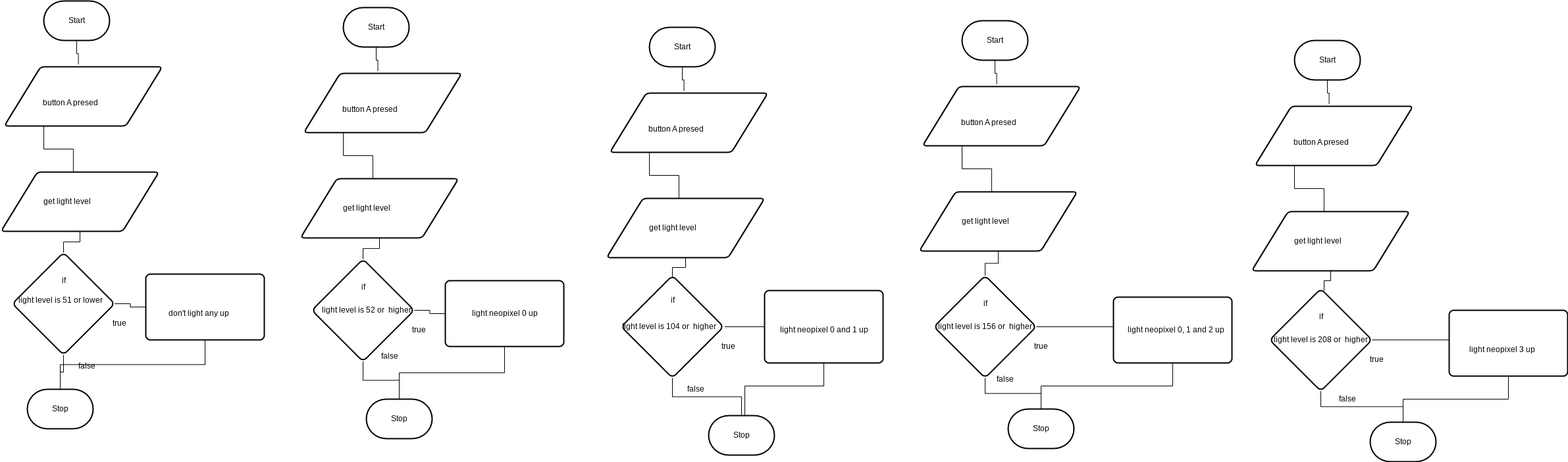
The draw.io diagram design/flowchart.png in MTHS-TEJ2O-1-2024/TEJ2O-Unit-2-10B-Elliott-Roach, before a commit. Source tidied: cells renumbered, new cells last; positions are measured from the earlier drawing's top-left corner, leaving out a move shared by most shapes.
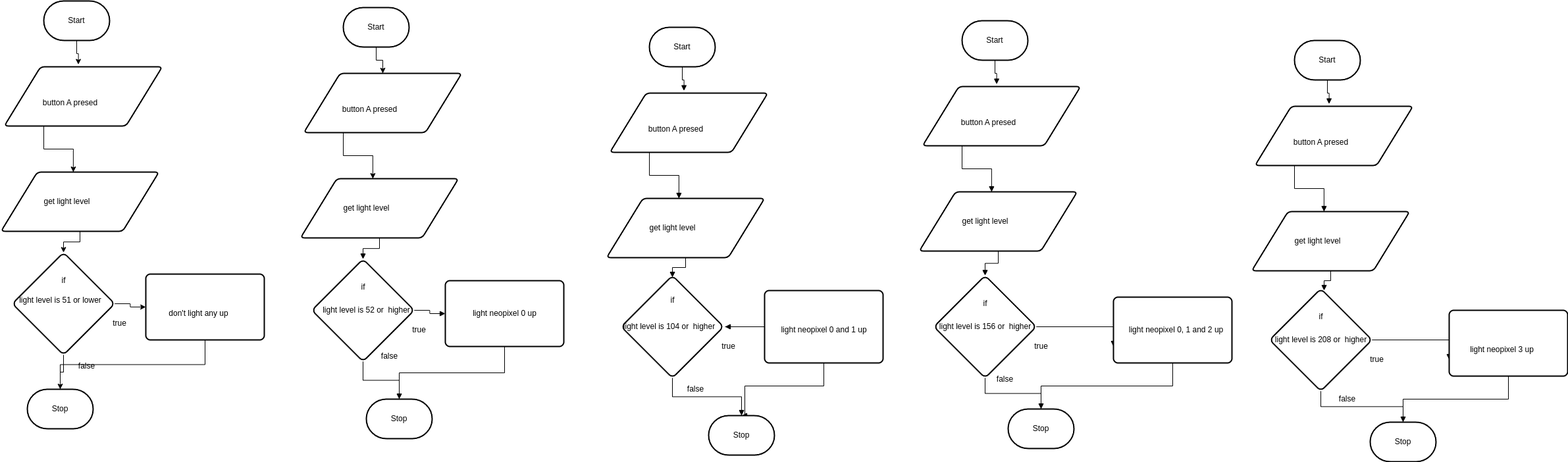
Above is the later version.

Commit message:
fix flochar arrows

Change to the diagram source:
```diff
@@ -10,3 +10,3 @@
     </mxCell>
-    <mxCell id="4" style="edgeStyle=orthogonalEdgeStyle;rounded=0;html=1;exitX=0.5;exitY=1;exitDx=0;exitDy=0;exitPerimeter=0;entryX=0.469;entryY=-0.039;entryDx=0;entryDy=0;entryPerimeter=0;endArrow=none;endFill=0;" parent="1" edge="1" source="5" target="43">
+    <mxCell id="4" style="edgeStyle=orthogonalEdgeStyle;rounded=0;html=1;exitX=0.5;exitY=1;exitDx=0;exitDy=0;exitPerimeter=0;entryX=0.469;entryY=-0.039;entryDx=0;entryDy=0;entryPerimeter=0;endArrow=block;endFill=1;" parent="1" edge="1" source="5" target="43">
       <mxGeometry relative="1" as="geometry" />
@@ -16,3 +16,3 @@
     </mxCell>
-    <mxCell id="6" style="edgeStyle=orthogonalEdgeStyle;shape=connector;rounded=0;html=1;exitX=0.5;exitY=1;exitDx=0;exitDy=0;labelBackgroundColor=default;strokeColor=default;fontFamily=Helvetica;fontSize=11;fontColor=default;endArrow=none;endFill=0;" parent="1" edge="1" source="7">
+    <mxCell id="6" style="edgeStyle=orthogonalEdgeStyle;shape=connector;rounded=0;html=1;exitX=0.5;exitY=1;exitDx=0;exitDy=0;labelBackgroundColor=default;strokeColor=default;fontFamily=Helvetica;fontSize=11;fontColor=default;endArrow=block;endFill=1;" parent="1" edge="1" source="7">
       <mxGeometry relative="1" as="geometry">
@@ -33,3 +33,3 @@
     </mxCell>
-    <mxCell id="11" style="edgeStyle=orthogonalEdgeStyle;shape=connector;rounded=0;html=1;exitX=1;exitY=1;exitDx=0;exitDy=0;entryX=0.5;entryY=0;entryDx=0;entryDy=0;entryPerimeter=0;labelBackgroundColor=default;strokeColor=default;fontFamily=Helvetica;fontSize=11;fontColor=default;endArrow=none;endFill=0;" parent="1" edge="1" source="12" target="64">
+    <mxCell id="11" style="edgeStyle=orthogonalEdgeStyle;shape=connector;rounded=0;html=1;exitX=1;exitY=1;exitDx=0;exitDy=0;entryX=0.5;entryY=0;entryDx=0;entryDy=0;entryPerimeter=0;labelBackgroundColor=default;strokeColor=default;fontFamily=Helvetica;fontSize=11;fontColor=default;endArrow=block;endFill=1;" parent="1" edge="1" source="12" target="64">
       <mxGeometry relative="1" as="geometry" />
@@ -54,6 +54,6 @@
     </mxCell>
-    <mxCell id="18" style="edgeStyle=orthogonalEdgeStyle;shape=connector;rounded=0;html=1;exitX=0;exitY=0.5;exitDx=0;exitDy=0;labelBackgroundColor=default;strokeColor=default;fontFamily=Helvetica;fontSize=11;fontColor=default;endArrow=none;endFill=0;" parent="1" edge="1" source="20" target="15">
+    <mxCell id="18" style="edgeStyle=orthogonalEdgeStyle;shape=connector;rounded=0;html=1;exitX=0;exitY=0.5;exitDx=0;exitDy=0;labelBackgroundColor=default;strokeColor=default;fontFamily=Helvetica;fontSize=11;fontColor=default;endArrow=block;endFill=1;" parent="1" edge="1" source="20" target="15">
       <mxGeometry relative="1" as="geometry" />
     </mxCell>
-    <mxCell id="19" style="edgeStyle=orthogonalEdgeStyle;shape=connector;rounded=0;html=1;exitX=0.5;exitY=1;exitDx=0;exitDy=0;labelBackgroundColor=default;strokeColor=default;fontFamily=Helvetica;fontSize=11;fontColor=default;endArrow=none;endFill=0;entryX=0.5;entryY=0;entryDx=0;entryDy=0;entryPerimeter=0;" parent="1" edge="1" source="20" target="64">
+    <mxCell id="19" style="edgeStyle=orthogonalEdgeStyle;shape=connector;rounded=0;html=1;exitX=0.5;exitY=1;exitDx=0;exitDy=0;labelBackgroundColor=default;strokeColor=default;fontFamily=Helvetica;fontSize=11;fontColor=default;endArrow=block;endFill=1;entryX=0.5;entryY=0;entryDx=0;entryDy=0;entryPerimeter=0;" parent="1" edge="1" source="20" target="64">
       <mxGeometry relative="1" as="geometry">
@@ -72,3 +72,3 @@
     </mxCell>
-    <mxCell id="22" style="edgeStyle=orthogonalEdgeStyle;rounded=0;html=1;exitX=1;exitY=0;exitDx=0;exitDy=0;endArrow=none;endFill=0;entryX=0;entryY=0.75;entryDx=0;entryDy=0;" parent="1" edge="1" source="24" target="30">
+    <mxCell id="22" style="edgeStyle=orthogonalEdgeStyle;rounded=0;html=1;exitX=1;exitY=0;exitDx=0;exitDy=0;endArrow=block;endFill=1;entryX=0;entryY=0.75;entryDx=0;entryDy=0;" parent="1" edge="1" source="24" target="30">
       <mxGeometry relative="1" as="geometry">
@@ -79,3 +79,3 @@
     </mxCell>
-    <mxCell id="23" style="edgeStyle=orthogonalEdgeStyle;shape=connector;rounded=0;html=1;exitX=1;exitY=1;exitDx=0;exitDy=0;entryX=0.5;entryY=0;entryDx=0;entryDy=0;entryPerimeter=0;labelBackgroundColor=default;strokeColor=default;fontFamily=Helvetica;fontSize=11;fontColor=default;endArrow=none;endFill=0;" parent="1" edge="1" source="24" target="80">
+    <mxCell id="23" style="edgeStyle=orthogonalEdgeStyle;shape=connector;rounded=0;html=1;exitX=1;exitY=1;exitDx=0;exitDy=0;entryX=0.5;entryY=0;entryDx=0;entryDy=0;entryPerimeter=0;labelBackgroundColor=default;strokeColor=default;fontFamily=Helvetica;fontSize=11;fontColor=default;endArrow=block;endFill=1;" parent="1" edge="1" source="24" target="80">
       <mxGeometry relative="1" as="geometry" />
@@ -97,3 +97,3 @@
     </mxCell>
-    <mxCell id="29" style="edgeStyle=orthogonalEdgeStyle;shape=connector;rounded=0;html=1;exitX=0.5;exitY=1;exitDx=0;exitDy=0;labelBackgroundColor=default;strokeColor=default;fontFamily=Helvetica;fontSize=11;fontColor=default;endArrow=none;endFill=0;" parent="1" edge="1" source="30" target="80">
+    <mxCell id="29" style="edgeStyle=orthogonalEdgeStyle;shape=connector;rounded=0;html=1;exitX=0.5;exitY=1;exitDx=0;exitDy=0;labelBackgroundColor=default;strokeColor=default;fontFamily=Helvetica;fontSize=11;fontColor=default;endArrow=block;endFill=1;" parent="1" edge="1" source="30" target="80">
       <mxGeometry relative="1" as="geometry" />
@@ -106,3 +106,3 @@
     </mxCell>
-    <mxCell id="32" style="edgeStyle=orthogonalEdgeStyle;rounded=0;html=1;exitX=1;exitY=0;exitDx=0;exitDy=0;endArrow=none;endFill=0;entryX=0;entryY=0.75;entryDx=0;entryDy=0;" parent="1" edge="1" source="34" target="40">
+    <mxCell id="32" style="edgeStyle=orthogonalEdgeStyle;rounded=0;html=1;exitX=1;exitY=0;exitDx=0;exitDy=0;endArrow=block;endFill=1;entryX=0;entryY=0.75;entryDx=0;entryDy=0;" parent="1" edge="1" source="34" target="40">
       <mxGeometry relative="1" as="geometry">
@@ -113,3 +113,3 @@
     </mxCell>
-    <mxCell id="33" style="edgeStyle=orthogonalEdgeStyle;shape=connector;rounded=0;html=1;exitX=1;exitY=1;exitDx=0;exitDy=0;labelBackgroundColor=default;strokeColor=default;fontFamily=Helvetica;fontSize=11;fontColor=default;endArrow=none;endFill=0;" parent="1" edge="1" source="34" target="89">
+    <mxCell id="33" style="edgeStyle=orthogonalEdgeStyle;shape=connector;rounded=0;html=1;exitX=1;exitY=1;exitDx=0;exitDy=0;labelBackgroundColor=default;strokeColor=default;fontFamily=Helvetica;fontSize=11;fontColor=default;endArrow=block;endFill=1;" parent="1" edge="1" source="34" target="89">
       <mxGeometry relative="1" as="geometry" />
@@ -131,3 +131,3 @@
     </mxCell>
-    <mxCell id="39" style="edgeStyle=orthogonalEdgeStyle;shape=connector;rounded=0;html=1;exitX=0.5;exitY=1;exitDx=0;exitDy=0;entryX=0.5;entryY=0;entryDx=0;entryDy=0;entryPerimeter=0;labelBackgroundColor=default;strokeColor=default;fontFamily=Helvetica;fontSize=11;fontColor=default;endArrow=none;endFill=0;" parent="1" edge="1" source="40" target="89">
+    <mxCell id="39" style="edgeStyle=orthogonalEdgeStyle;shape=connector;rounded=0;html=1;exitX=0.5;exitY=1;exitDx=0;exitDy=0;entryX=0.5;entryY=0;entryDx=0;entryDy=0;entryPerimeter=0;labelBackgroundColor=default;strokeColor=default;fontFamily=Helvetica;fontSize=11;fontColor=default;endArrow=block;endFill=1;" parent="1" edge="1" source="40" target="89">
       <mxGeometry relative="1" as="geometry" />
@@ -140,3 +140,3 @@
     </mxCell>
-    <mxCell id="42" style="edgeStyle=orthogonalEdgeStyle;rounded=0;html=1;exitX=0.25;exitY=1;exitDx=0;exitDy=0;entryX=0.458;entryY=0;entryDx=0;entryDy=0;entryPerimeter=0;endArrow=none;endFill=0;" parent="1" edge="1" source="43" target="7">
+    <mxCell id="42" style="edgeStyle=orthogonalEdgeStyle;rounded=0;html=1;exitX=0.25;exitY=1;exitDx=0;exitDy=0;entryX=0.458;entryY=0;entryDx=0;entryDy=0;entryPerimeter=0;endArrow=block;endFill=1;" parent="1" edge="1" source="43" target="7">
       <mxGeometry relative="1" as="geometry" />
@@ -149,3 +149,3 @@
     </mxCell>
-    <mxCell id="45" style="edgeStyle=orthogonalEdgeStyle;rounded=0;html=1;exitX=0.5;exitY=1;exitDx=0;exitDy=0;exitPerimeter=0;entryX=0.469;entryY=-0.039;entryDx=0;entryDy=0;entryPerimeter=0;endArrow=none;endFill=0;" parent="1" edge="1" source="46" target="58">
+    <mxCell id="45" style="edgeStyle=orthogonalEdgeStyle;rounded=0;html=1;exitX=0.5;exitY=1;exitDx=0;exitDy=0;exitPerimeter=0;entryX=0.469;entryY=-0.039;entryDx=0;entryDy=0;entryPerimeter=0;endArrow=classic;endFill=1;" parent="1" edge="1" source="46" target="58">
       <mxGeometry relative="1" as="geometry" />
@@ -155,3 +155,3 @@
     </mxCell>
-    <mxCell id="47" style="edgeStyle=orthogonalEdgeStyle;rounded=0;html=1;exitX=0.5;exitY=1;exitDx=0;exitDy=0;endArrow=none;endFill=0;" parent="1" edge="1" source="48" target="52">
+    <mxCell id="47" style="edgeStyle=orthogonalEdgeStyle;rounded=0;html=1;exitX=0.5;exitY=1;exitDx=0;exitDy=0;endArrow=classic;endFill=1;" parent="1" edge="1" source="48" target="52">
       <mxGeometry relative="1" as="geometry" />
@@ -164,6 +164,6 @@
     </mxCell>
-    <mxCell id="50" style="edgeStyle=orthogonalEdgeStyle;shape=connector;rounded=0;html=1;exitX=1;exitY=1;exitDx=0;exitDy=0;labelBackgroundColor=default;strokeColor=default;fontFamily=Helvetica;fontSize=11;fontColor=default;endArrow=none;endFill=0;" parent="1" edge="1" source="52" target="63">
+    <mxCell id="50" style="edgeStyle=orthogonalEdgeStyle;shape=connector;rounded=0;html=1;exitX=1;exitY=1;exitDx=0;exitDy=0;labelBackgroundColor=default;strokeColor=default;fontFamily=Helvetica;fontSize=11;fontColor=default;endArrow=classic;endFill=1;" parent="1" edge="1" source="52" target="63">
       <mxGeometry relative="1" as="geometry" />
     </mxCell>
-    <mxCell id="51" style="edgeStyle=orthogonalEdgeStyle;shape=connector;rounded=0;html=1;exitX=1;exitY=0;exitDx=0;exitDy=0;labelBackgroundColor=default;strokeColor=default;fontFamily=Helvetica;fontSize=11;fontColor=default;endArrow=none;endFill=0;" parent="1" edge="1" source="52" target="61">
+    <mxCell id="51" style="edgeStyle=orthogonalEdgeStyle;shape=connector;rounded=0;html=1;exitX=1;exitY=0;exitDx=0;exitDy=0;labelBackgroundColor=default;strokeColor=default;fontFamily=Helvetica;fontSize=11;fontColor=default;endArrow=classic;endFill=1;" parent="1" edge="1" source="52" target="61">
       <mxGeometry relative="1" as="geometry" />
@@ -185,3 +185,3 @@
     </mxCell>
-    <mxCell id="57" style="edgeStyle=orthogonalEdgeStyle;rounded=0;html=1;exitX=0.25;exitY=1;exitDx=0;exitDy=0;entryX=0.458;entryY=0;entryDx=0;entryDy=0;entryPerimeter=0;endArrow=none;endFill=0;" parent="1" edge="1" source="58" target="48">
+    <mxCell id="57" style="edgeStyle=orthogonalEdgeStyle;rounded=0;html=1;exitX=0.25;exitY=1;exitDx=0;exitDy=0;entryX=0.458;entryY=0;entryDx=0;entryDy=0;entryPerimeter=0;endArrow=classic;endFill=1;" parent="1" edge="1" source="58" target="48">
       <mxGeometry relative="1" as="geometry" />
@@ -194,3 +194,3 @@
     </mxCell>
-    <mxCell id="60" style="edgeStyle=orthogonalEdgeStyle;shape=connector;rounded=0;html=1;exitX=0.5;exitY=1;exitDx=0;exitDy=0;labelBackgroundColor=default;strokeColor=default;fontFamily=Helvetica;fontSize=11;fontColor=default;endArrow=none;endFill=0;" parent="1" edge="1" source="61" target="63">
+    <mxCell id="60" style="edgeStyle=orthogonalEdgeStyle;shape=connector;rounded=0;html=1;exitX=0.5;exitY=1;exitDx=0;exitDy=0;labelBackgroundColor=default;strokeColor=default;fontFamily=Helvetica;fontSize=11;fontColor=default;endArrow=classic;endFill=1;" parent="1" edge="1" source="61" target="63">
       <mxGeometry relative="1" as="geometry" />
@@ -209,3 +209,3 @@
     </mxCell>
-    <mxCell id="65" style="edgeStyle=orthogonalEdgeStyle;rounded=0;html=1;exitX=0.5;exitY=1;exitDx=0;exitDy=0;exitPerimeter=0;entryX=0.469;entryY=-0.039;entryDx=0;entryDy=0;entryPerimeter=0;endArrow=none;endFill=0;" parent="1" edge="1" source="66" target="76">
+    <mxCell id="65" style="edgeStyle=orthogonalEdgeStyle;shape=connector;rounded=0;html=1;exitX=0.5;exitY=1;exitDx=0;exitDy=0;exitPerimeter=0;entryX=0.5;entryY=0;entryDx=0;entryDy=0;labelBackgroundColor=default;strokeColor=default;fontFamily=Helvetica;fontSize=11;fontColor=default;endArrow=classic;endFill=1;" parent="1" edge="1" source="66" target="76">
       <mxGeometry relative="1" as="geometry" />
@@ -215,3 +215,3 @@
     </mxCell>
-    <mxCell id="67" style="edgeStyle=orthogonalEdgeStyle;rounded=0;html=1;exitX=0.5;exitY=1;exitDx=0;exitDy=0;endArrow=none;endFill=0;" parent="1" edge="1" source="68" target="2">
+    <mxCell id="67" style="edgeStyle=orthogonalEdgeStyle;rounded=0;html=1;exitX=0.5;exitY=1;exitDx=0;exitDy=0;endArrow=block;endFill=1;" parent="1" edge="1" source="68" target="2">
       <mxGeometry relative="1" as="geometry" />
@@ -224,6 +224,6 @@
     </mxCell>
-    <mxCell id="70" style="edgeStyle=orthogonalEdgeStyle;shape=connector;rounded=0;html=1;exitX=1;exitY=1;exitDx=0;exitDy=0;labelBackgroundColor=default;strokeColor=default;fontFamily=Helvetica;fontSize=11;fontColor=default;endArrow=none;endFill=0;" parent="1" edge="1" source="2" target="79">
+    <mxCell id="70" style="edgeStyle=orthogonalEdgeStyle;shape=connector;rounded=0;html=1;exitX=1;exitY=1;exitDx=0;exitDy=0;labelBackgroundColor=default;strokeColor=default;fontFamily=Helvetica;fontSize=11;fontColor=default;endArrow=block;endFill=1;" parent="1" edge="1" source="2" target="79">
       <mxGeometry relative="1" as="geometry" />
     </mxCell>
-    <mxCell id="71" style="edgeStyle=orthogonalEdgeStyle;shape=connector;rounded=0;html=1;exitX=1;exitY=0;exitDx=0;exitDy=0;labelBackgroundColor=default;strokeColor=default;fontFamily=Helvetica;fontSize=11;fontColor=default;endArrow=none;endFill=0;" parent="1" edge="1" source="2" target="3">
+    <mxCell id="71" style="edgeStyle=orthogonalEdgeStyle;shape=connector;rounded=0;html=1;exitX=1;exitY=0;exitDx=0;exitDy=0;labelBackgroundColor=default;strokeColor=default;fontFamily=Helvetica;fontSize=11;fontColor=default;endArrow=block;endFill=1;" parent="1" edge="1" source="2" target="3">
       <mxGeometry relative="1" as="geometry" />
@@ -239,3 +239,3 @@
     </mxCell>
-    <mxCell id="75" style="edgeStyle=orthogonalEdgeStyle;rounded=0;html=1;exitX=0.25;exitY=1;exitDx=0;exitDy=0;entryX=0.458;entryY=0;entryDx=0;entryDy=0;entryPerimeter=0;endArrow=none;endFill=0;" parent="1" edge="1" source="76" target="68">
+    <mxCell id="75" style="edgeStyle=orthogonalEdgeStyle;rounded=0;html=1;exitX=0.25;exitY=1;exitDx=0;exitDy=0;entryX=0.458;entryY=0;entryDx=0;entryDy=0;entryPerimeter=0;endArrow=classic;endFill=1;" parent="1" edge="1" source="76" target="68">
       <mxGeometry relative="1" as="geometry" />
@@ -248,3 +248,3 @@
     </mxCell>
-    <mxCell id="78" style="edgeStyle=orthogonalEdgeStyle;shape=connector;rounded=0;html=1;exitX=0.5;exitY=1;exitDx=0;exitDy=0;labelBackgroundColor=default;strokeColor=default;fontFamily=Helvetica;fontSize=11;fontColor=default;endArrow=none;endFill=0;" parent="1" edge="1" source="3" target="79">
+    <mxCell id="78" style="edgeStyle=orthogonalEdgeStyle;shape=connector;rounded=0;html=1;exitX=0.5;exitY=1;exitDx=0;exitDy=0;labelBackgroundColor=default;strokeColor=default;fontFamily=Helvetica;fontSize=11;fontColor=default;endArrow=block;endFill=1;" parent="1" edge="1" source="3" target="79">
       <mxGeometry relative="1" as="geometry" />
@@ -257,3 +257,3 @@
     </mxCell>
-    <mxCell id="81" style="edgeStyle=orthogonalEdgeStyle;rounded=0;html=1;exitX=0.5;exitY=1;exitDx=0;exitDy=0;exitPerimeter=0;entryX=0.469;entryY=-0.039;entryDx=0;entryDy=0;entryPerimeter=0;endArrow=none;endFill=0;" parent="1" edge="1" source="82" target="87">
+    <mxCell id="81" style="edgeStyle=orthogonalEdgeStyle;rounded=0;html=1;exitX=0.5;exitY=1;exitDx=0;exitDy=0;exitPerimeter=0;entryX=0.469;entryY=-0.039;entryDx=0;entryDy=0;entryPerimeter=0;endArrow=block;endFill=1;" parent="1" edge="1" source="82" target="87">
       <mxGeometry relative="1" as="geometry" />
@@ -263,3 +263,3 @@
     </mxCell>
-    <mxCell id="83" style="edgeStyle=orthogonalEdgeStyle;shape=connector;rounded=0;html=1;exitX=0.5;exitY=1;exitDx=0;exitDy=0;entryX=0;entryY=0;entryDx=0;entryDy=0;labelBackgroundColor=default;strokeColor=default;fontFamily=Helvetica;fontSize=11;fontColor=default;endArrow=none;endFill=0;" parent="1" edge="1" source="84" target="24">
+    <mxCell id="83" style="edgeStyle=orthogonalEdgeStyle;shape=connector;rounded=0;html=1;exitX=0.5;exitY=1;exitDx=0;exitDy=0;entryX=0;entryY=0;entryDx=0;entryDy=0;labelBackgroundColor=default;strokeColor=default;fontFamily=Helvetica;fontSize=11;fontColor=default;endArrow=block;endFill=1;" parent="1" edge="1" source="84" target="24">
       <mxGeometry relative="1" as="geometry" />
@@ -272,3 +272,3 @@
     </mxCell>
-    <mxCell id="86" style="edgeStyle=orthogonalEdgeStyle;rounded=0;html=1;exitX=0.25;exitY=1;exitDx=0;exitDy=0;entryX=0.458;entryY=0;entryDx=0;entryDy=0;entryPerimeter=0;endArrow=none;endFill=0;" parent="1" edge="1" source="87" target="84">
+    <mxCell id="86" style="edgeStyle=orthogonalEdgeStyle;rounded=0;html=1;exitX=0.25;exitY=1;exitDx=0;exitDy=0;entryX=0.458;entryY=0;entryDx=0;entryDy=0;entryPerimeter=0;endArrow=block;endFill=1;" parent="1" edge="1" source="87" target="84">
       <mxGeometry relative="1" as="geometry" />
@@ -284,3 +284,3 @@
     </mxCell>
-    <mxCell id="90" style="edgeStyle=orthogonalEdgeStyle;rounded=0;html=1;exitX=0.5;exitY=1;exitDx=0;exitDy=0;exitPerimeter=0;entryX=0.469;entryY=-0.039;entryDx=0;entryDy=0;entryPerimeter=0;endArrow=none;endFill=0;" parent="1" edge="1" source="91" target="96">
+    <mxCell id="90" style="edgeStyle=orthogonalEdgeStyle;rounded=0;html=1;exitX=0.5;exitY=1;exitDx=0;exitDy=0;exitPerimeter=0;entryX=0.469;entryY=-0.039;entryDx=0;entryDy=0;entryPerimeter=0;endArrow=block;endFill=1;" parent="1" edge="1" source="91" target="96">
       <mxGeometry relative="1" as="geometry" />
@@ -290,3 +290,3 @@
     </mxCell>
-    <mxCell id="92" style="edgeStyle=orthogonalEdgeStyle;shape=connector;rounded=0;html=1;exitX=0.5;exitY=1;exitDx=0;exitDy=0;labelBackgroundColor=default;strokeColor=default;fontFamily=Helvetica;fontSize=11;fontColor=default;endArrow=none;endFill=0;" parent="1" edge="1" source="93">
+    <mxCell id="92" style="edgeStyle=orthogonalEdgeStyle;shape=connector;rounded=0;html=1;exitX=0.5;exitY=1;exitDx=0;exitDy=0;labelBackgroundColor=default;strokeColor=default;fontFamily=Helvetica;fontSize=11;fontColor=default;endArrow=block;endFill=1;" parent="1" edge="1" source="93">
       <mxGeometry relative="1" as="geometry">
@@ -301,3 +301,3 @@
     </mxCell>
-    <mxCell id="95" style="edgeStyle=orthogonalEdgeStyle;rounded=0;html=1;exitX=0.25;exitY=1;exitDx=0;exitDy=0;entryX=0.458;entryY=0;entryDx=0;entryDy=0;entryPerimeter=0;endArrow=none;endFill=0;" parent="1" edge="1" source="96" target="93">
+    <mxCell id="95" style="edgeStyle=orthogonalEdgeStyle;rounded=0;html=1;exitX=0.25;exitY=1;exitDx=0;exitDy=0;entryX=0.458;entryY=0;entryDx=0;entryDy=0;entryPerimeter=0;endArrow=block;endFill=1;" parent="1" edge="1" source="96" target="93">
       <mxGeometry relative="1" as="geometry" />
```
